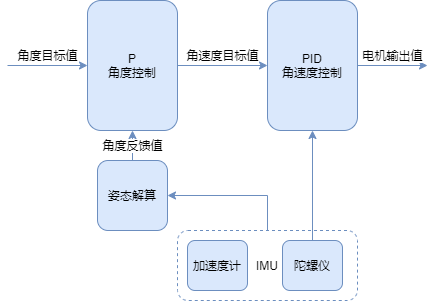
The draw.io diagram Image/云台控制原理.png in qsheeeeen/qdu-rm-mcu, before a commit. Source tidied: cells renumbered, new cells last; positions are measured from the earlier drawing's top-left corner, leaving out a move shared by most shapes.
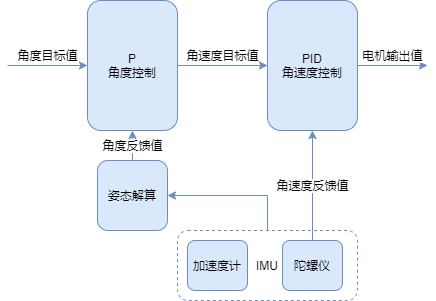
The same diagram one commit later.

Change to the diagram source:
```diff
@@ -30,7 +30,7 @@
     <mxCell id="9" value="加速度计" style="rounded=1;whiteSpace=wrap;html=1;fillColor=#dae8fc;strokeColor=#6c8ebf;" parent="1" vertex="1">
       <mxGeometry x="180" y="240" width="60" height="50" as="geometry" />
     </mxCell>
-    <mxCell id="10" style="edgeStyle=orthogonalEdgeStyle;rounded=0;jettySize=auto;html=1;exitX=0.5;exitY=0;exitDx=0;exitDy=0;entryX=0.5;entryY=1;entryDx=0;entryDy=0;fillColor=#dae8fc;strokeColor=#6c8ebf;" parent="1" edge="1" source="11" target="6">
+    <mxCell id="10" value="角速度反馈值" style="edgeStyle=orthogonalEdgeStyle;rounded=0;jettySize=auto;html=1;exitX=0.5;exitY=0;exitDx=0;exitDy=0;entryX=0.5;entryY=1;entryDx=0;entryDy=0;fillColor=#dae8fc;strokeColor=#6c8ebf;" parent="1" edge="1" source="11" target="6">
       <mxGeometry relative="1" as="geometry" />
     </mxCell>
     <mxCell id="11" value="陀螺仪" style="rounded=1;whiteSpace=wrap;html=1;fillColor=#dae8fc;strokeColor=#6c8ebf;" parent="1" vertex="1">
```
